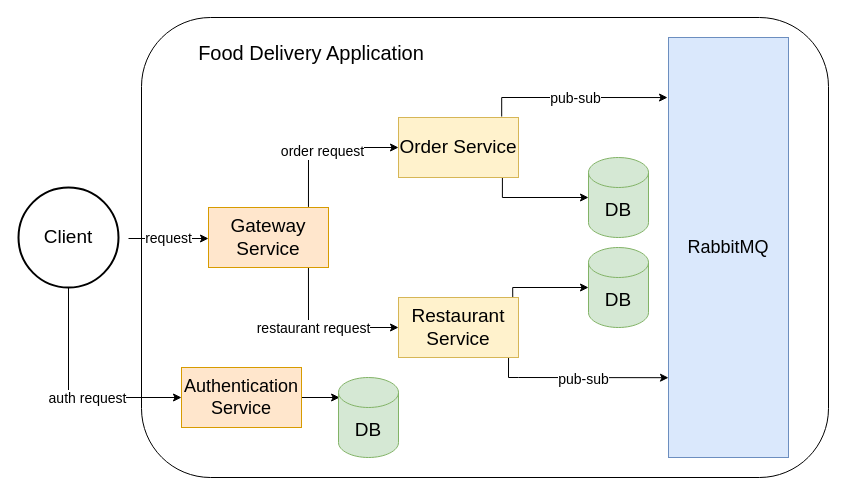
Before: doc/microservice_architecture.drawio.xml in gustavosdelgado/microservices_architecture, a draw.io diagram. Source tidied: cells renumbered, new cells numbered last; positions are measured from the earlier drawing's top-left corner, leaving out a move shared by most shapes. Both pictures are drawn from the tidied source at 100%, with x=0, y=0 at pixel (18, 17).
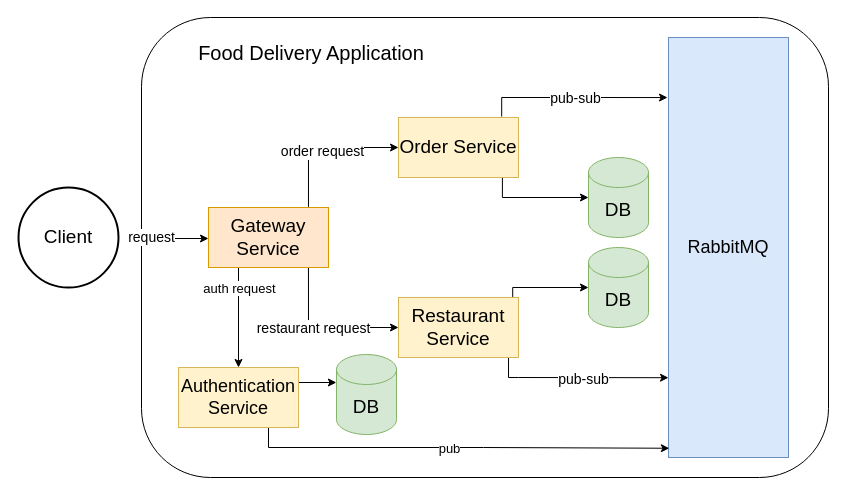
The same diagram, later.

Commit message (it also covers changes not shown here):
included authentication requests in gateway service

Unchanged cells that the change refers to:
```xml
<mxCell id="6" value="&lt;div style=&quot;font-size: 19px;&quot;&gt;Client&lt;/div&gt;" style="strokeWidth=2;html=1;shape=mxgraph.flowchart.start_2;whiteSpace=wrap;fontSize=19;" parent="1" vertex="1">
  <mxGeometry y="170" width="100" height="100" as="geometry" />
</mxCell>
<mxCell id="11" value="Gateway Service" style="rounded=0;whiteSpace=wrap;html=1;fontSize=19;fillColor=#ffe6cc;strokeColor=#d79b00;" parent="1" vertex="1">
  <mxGeometry x="190" y="190" width="120" height="60" as="geometry" />
</mxCell>
<mxCell id="22" value="RabbitMQ" style="rounded=0;whiteSpace=wrap;html=1;fontSize=18;fillColor=#dae8fc;strokeColor=#6c8ebf;" parent="1" vertex="1">
  <mxGeometry x="650" y="20" width="120" height="420" as="geometry" />
</mxCell>
```

The edit, as a diff of the source:
```diff
@@
     <mxCell id="3" value="request" style="edgeStyle=orthogonalEdgeStyle;rounded=0;orthogonalLoop=1;jettySize=auto;html=1;exitX=1;exitY=0.5;exitDx=0;exitDy=0;exitPerimeter=0;entryX=0;entryY=0.5;entryDx=0;entryDy=0;fontSize=14;" parent="1" edge="1">
-      <mxGeometry relative="1" as="geometry">
+      <mxGeometry x="-0.42" y="1" relative="1" as="geometry">
         <mxPoint x="110" y="221" as="sourcePoint" />
         <mxPoint x="190" y="221" as="targetPoint" />
       </mxGeometry>
     </mxCell>
-    <mxCell id="4" style="edgeStyle=orthogonalEdgeStyle;rounded=0;jettySize=auto;html=1;exitX=0.5;exitY=1;exitDx=0;exitDy=0;exitPerimeter=0;entryX=0;entryY=0.5;entryDx=0;entryDy=0;fontSize=18;" parent="1" edge="1" source="6" target="25">
-      <mxGeometry relative="1" as="geometry" />
-    </mxCell>
-    <mxCell id="5" value="auth request" style="edgeLabel;html=1;align=center;verticalAlign=middle;fontSize=14;" parent="4" vertex="1">
-      <mxGeometry x="0.15" relative="1" as="geometry" />
-    </mxCell>
@@
+    <mxCell id="27" style="edgeStyle=orthogonalEdgeStyle;rounded=0;jettySize=auto;html=1;exitX=0.25;exitY=1;exitDx=0;exitDy=0;" parent="1" edge="1" source="11" target="25">
+      <mxGeometry relative="1" as="geometry" />
+    </mxCell>
+    <mxCell id="5" value="auth request" style="edgeLabel;html=1;align=center;verticalAlign=middle;fontSize=13;" parent="27" vertex="1">
+      <mxGeometry x="-0.61" relative="1" as="geometry" />
+    </mxCell>
@@
-    <mxCell id="24" style="edgeStyle=orthogonalEdgeStyle;rounded=0;jettySize=auto;html=1;exitX=1;exitY=0.5;exitDx=0;exitDy=0;entryX=0.019;entryY=0.257;entryDx=0;entryDy=0;entryPerimeter=0;" parent="1" edge="1" source="25" target="26">
+    <mxCell id="24" style="edgeStyle=orthogonalEdgeStyle;rounded=0;jettySize=auto;html=1;exitX=1;exitY=0.25;exitDx=0;exitDy=0;entryX=-0.001;entryY=0.362;entryDx=0;entryDy=0;entryPerimeter=0;" parent="1" edge="1" source="25" target="26">
       <mxGeometry relative="1" as="geometry" />
     </mxCell>
+    <mxCell id="28" style="edgeStyle=orthogonalEdgeStyle;rounded=0;jettySize=auto;html=1;exitX=0.75;exitY=1;exitDx=0;exitDy=0;entryX=0.007;entryY=0.978;entryDx=0;entryDy=0;entryPerimeter=0;" parent="1" edge="1" source="25" target="22">
+      <mxGeometry relative="1" as="geometry" />
+    </mxCell>
+    <mxCell id="29" value="pub" style="edgeLabel;html=1;align=center;verticalAlign=middle;fontSize=13;" parent="28" vertex="1">
+      <mxGeometry x="-0.05" y="-4" relative="1" as="geometry">
+        <mxPoint y="-4" as="offset" />
+      </mxGeometry>
+    </mxCell>
-    <mxCell id="25" value="Authentication Service" style="rounded=0;whiteSpace=wrap;html=1;fontSize=18;fillColor=#ffe6cc;strokeColor=#d79b00;" parent="1" vertex="1">
-      <mxGeometry x="163" y="350" width="120" height="60" as="geometry" />
+    <mxCell id="25" value="Authentication Service" style="rounded=0;whiteSpace=wrap;html=1;fontSize=18;fillColor=#fff2cc;strokeColor=#d6b656;" parent="1" vertex="1">
+      <mxGeometry x="160" y="350" width="120" height="60" as="geometry" />
     </mxCell>
     <mxCell id="26" value="DB" style="shape=cylinder3;whiteSpace=wrap;html=1;boundedLbl=1;backgroundOutline=1;size=15;fontSize=19;fillColor=#d5e8d4;strokeColor=#82b366;" parent="1" vertex="1">
-      <mxGeometry x="320" y="360" width="60" height="80" as="geometry" />
+      <mxGeometry x="318" y="337" width="60" height="80" as="geometry" />
     </mxCell>
```
